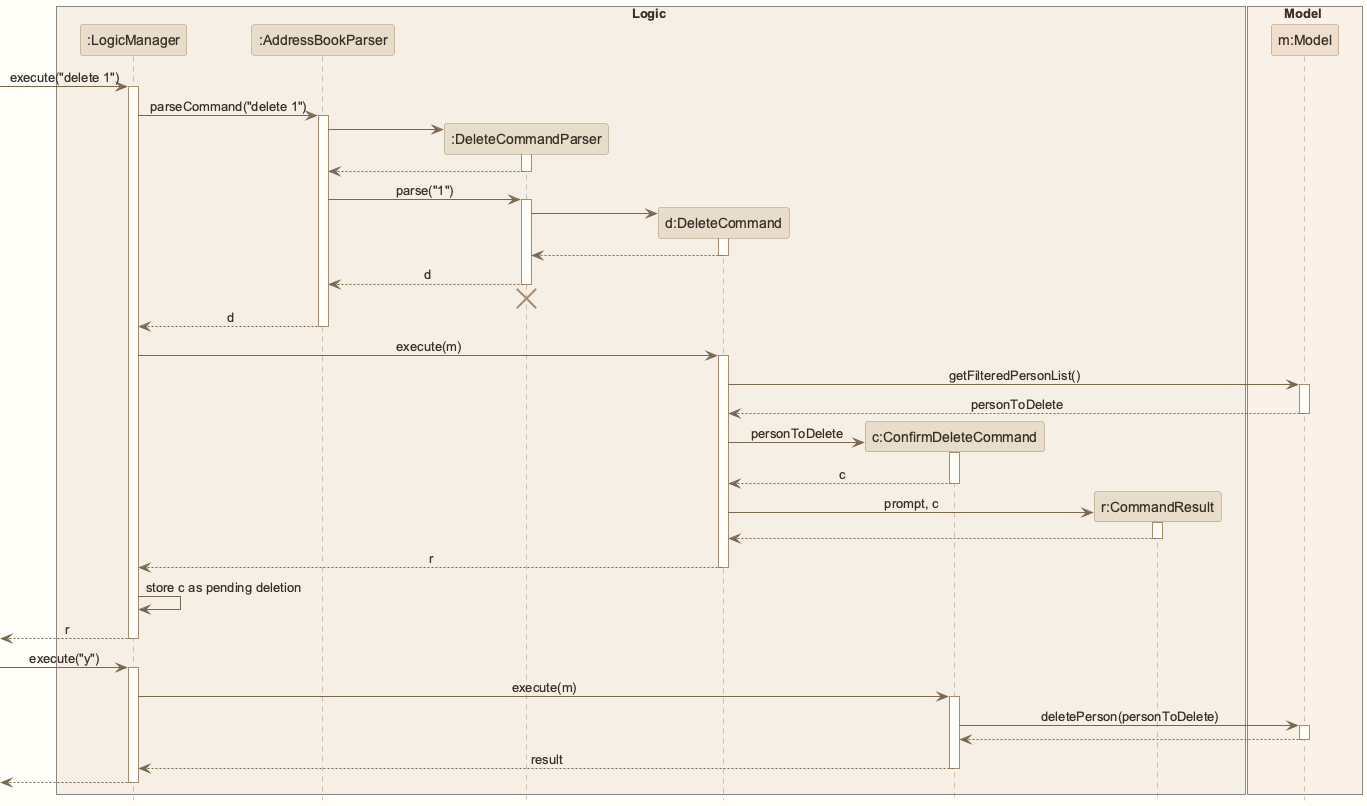
Before: images/DeleteSequenceDiagram.png, a diagram exported from PlantUML (AY2627S1-CS2103T-W12-1/tp). Source of this version:
```plantuml
@startuml
!include style.puml
skinparam ArrowFontStyle plain

box Logic LOGIC_COLOR_T1
participant ":LogicManager" as LogicManager LOGIC_COLOR
participant ":AddressBookParser" as AddressBookParser LOGIC_COLOR
participant ":DeleteCommandParser" as DeleteCommandParser LOGIC_COLOR
participant "d:DeleteCommand" as DeleteCommand LOGIC_COLOR
participant "c:ConfirmDeleteCommand" as ConfirmDeleteCommand LOGIC_COLOR
participant "r:CommandResult" as CommandResult LOGIC_COLOR
end box

box Model MODEL_COLOR_T1
participant "m:Model" as Model MODEL_COLOR
end box

[-> LogicManager : execute("delete 1")
activate LogicManager

LogicManager -> AddressBookParser : parseCommand("delete 1")
activate AddressBookParser

create DeleteCommandParser
AddressBookParser -> DeleteCommandParser
activate DeleteCommandParser

DeleteCommandParser --> AddressBookParser
deactivate DeleteCommandParser

AddressBookParser -> DeleteCommandParser : parse("1")
activate DeleteCommandParser

create DeleteCommand
DeleteCommandParser -> DeleteCommand
activate DeleteCommand

DeleteCommand --> DeleteCommandParser :
deactivate DeleteCommand

DeleteCommandParser --> AddressBookParser : d
deactivate DeleteCommandParser
DeleteCommandParser -[hidden]-> AddressBookParser
destroy DeleteCommandParser

AddressBookParser --> LogicManager : d
deactivate AddressBookParser

LogicManager -> DeleteCommand : execute(m)
activate DeleteCommand

DeleteCommand -> Model : getFilteredPersonList()
activate Model

Model --> DeleteCommand : personToDelete
deactivate Model

create ConfirmDeleteCommand
DeleteCommand -> ConfirmDeleteCommand : personToDelete
activate ConfirmDeleteCommand

ConfirmDeleteCommand --> DeleteCommand : c
deactivate ConfirmDeleteCommand

create CommandResult
DeleteCommand -> CommandResult : prompt, c
activate CommandResult

CommandResult --> DeleteCommand
deactivate CommandResult

DeleteCommand --> LogicManager : r
deactivate DeleteCommand

LogicManager -> LogicManager : store c as pending deletion

[<--LogicManager : r
deactivate LogicManager

[-> LogicManager : execute("y")
activate LogicManager

LogicManager -> ConfirmDeleteCommand : execute(m)
activate ConfirmDeleteCommand

ConfirmDeleteCommand -> Model : deletePerson(personToDelete)
activate Model

Model --> ConfirmDeleteCommand
deactivate Model

ConfirmDeleteCommand --> LogicManager : result
deactivate ConfirmDeleteCommand

[<--LogicManager
deactivate LogicManager
@enduml
```
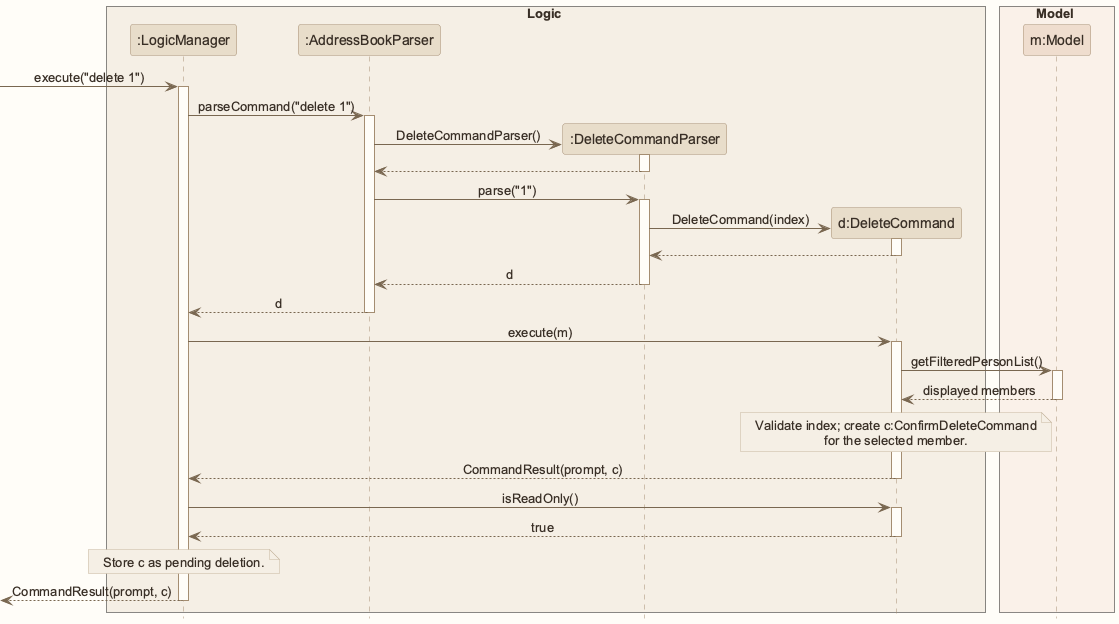
Later version of the same file.

What changed in the source:
```diff
@@ -1,4 +1,5 @@
 @startuml
+!pragma layout smetana
 !include style.puml
 skinparam ArrowFontStyle plain
 
@@ -7,91 +8,49 @@
 participant ":AddressBookParser" as AddressBookParser LOGIC_COLOR
 participant ":DeleteCommandParser" as DeleteCommandParser LOGIC_COLOR
 participant "d:DeleteCommand" as DeleteCommand LOGIC_COLOR
-participant "c:ConfirmDeleteCommand" as ConfirmDeleteCommand LOGIC_COLOR
-participant "r:CommandResult" as CommandResult LOGIC_COLOR
 end box
-
 box Model MODEL_COLOR_T1
 participant "m:Model" as Model MODEL_COLOR
 end box
 
 [-> LogicManager : execute("delete 1")
 activate LogicManager
-
 LogicManager -> AddressBookParser : parseCommand("delete 1")
 activate AddressBookParser
-
 create DeleteCommandParser
-AddressBookParser -> DeleteCommandParser
+AddressBookParser -> DeleteCommandParser : DeleteCommandParser()
 activate DeleteCommandParser
-
 DeleteCommandParser --> AddressBookParser
 deactivate DeleteCommandParser
-
 AddressBookParser -> DeleteCommandParser : parse("1")
 activate DeleteCommandParser
-
 create DeleteCommand
-DeleteCommandParser -> DeleteCommand
+DeleteCommandParser -> DeleteCommand : DeleteCommand(index)
 activate DeleteCommand
-
-DeleteCommand --> DeleteCommandParser :
+DeleteCommand --> DeleteCommandParser
 deactivate DeleteCommand
-
 DeleteCommandParser --> AddressBookParser : d
 deactivate DeleteCommandParser
-DeleteCommandParser -[hidden]-> AddressBookParser
-destroy DeleteCommandParser
-
 AddressBookParser --> LogicManager : d
 deactivate AddressBookParser
-
 LogicManager -> DeleteCommand : execute(m)
 activate DeleteCommand
-
 DeleteCommand -> Model : getFilteredPersonList()
 activate Model
-
-Model --> DeleteCommand : personToDelete
+Model --> DeleteCommand : displayed members
 deactivate Model
-
-create ConfirmDeleteCommand
-DeleteCommand -> ConfirmDeleteCommand : personToDelete
-activate ConfirmDeleteCommand
-
-ConfirmDeleteCommand --> DeleteCommand : c
-deactivate ConfirmDeleteCommand
-
-create CommandResult
-DeleteCommand -> CommandResult : prompt, c
-activate CommandResult
-
-CommandResult --> DeleteCommand
-deactivate CommandResult
-
-DeleteCommand --> LogicManager : r
+note over DeleteCommand
+Validate index; create c:ConfirmDeleteCommand
+for the selected member.
+end note
+DeleteCommand --> LogicManager : CommandResult(prompt, c)
 deactivate DeleteCommand
-
-LogicManager -> LogicManager : store c as pending deletion
-
-[<--LogicManager : r
+LogicManager -> DeleteCommand : isReadOnly()
+activate DeleteCommand
+DeleteCommand --> LogicManager : true
+deactivate DeleteCommand
+note over LogicManager: Store c as pending deletion.
+[<-- LogicManager : CommandResult(prompt, c)
 deactivate LogicManager
 
-[-> LogicManager : execute("y")
-activate LogicManager
-
-LogicManager -> ConfirmDeleteCommand : execute(m)
-activate ConfirmDeleteCommand
-
-ConfirmDeleteCommand -> Model : deletePerson(personToDelete)
-activate Model
-
-Model --> ConfirmDeleteCommand
-deactivate Model
-
-ConfirmDeleteCommand --> LogicManager : result
-deactivate ConfirmDeleteCommand
-
-[<--LogicManager
-deactivate LogicManager
 @enduml
```
